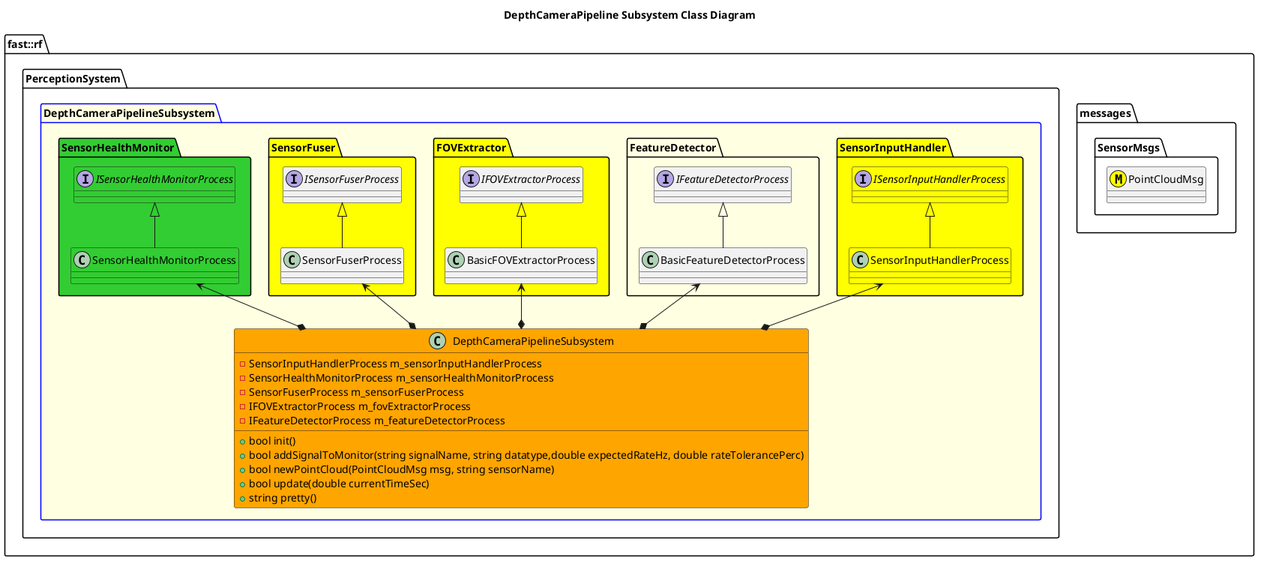
Earlier version of the PlantUML export Systems/Perception/Subsystems/DepthCameraPipeline/doc/puml/DepthCameraPipelineSubsystemClassDiagram.png (fastrobotics/robot_framework).
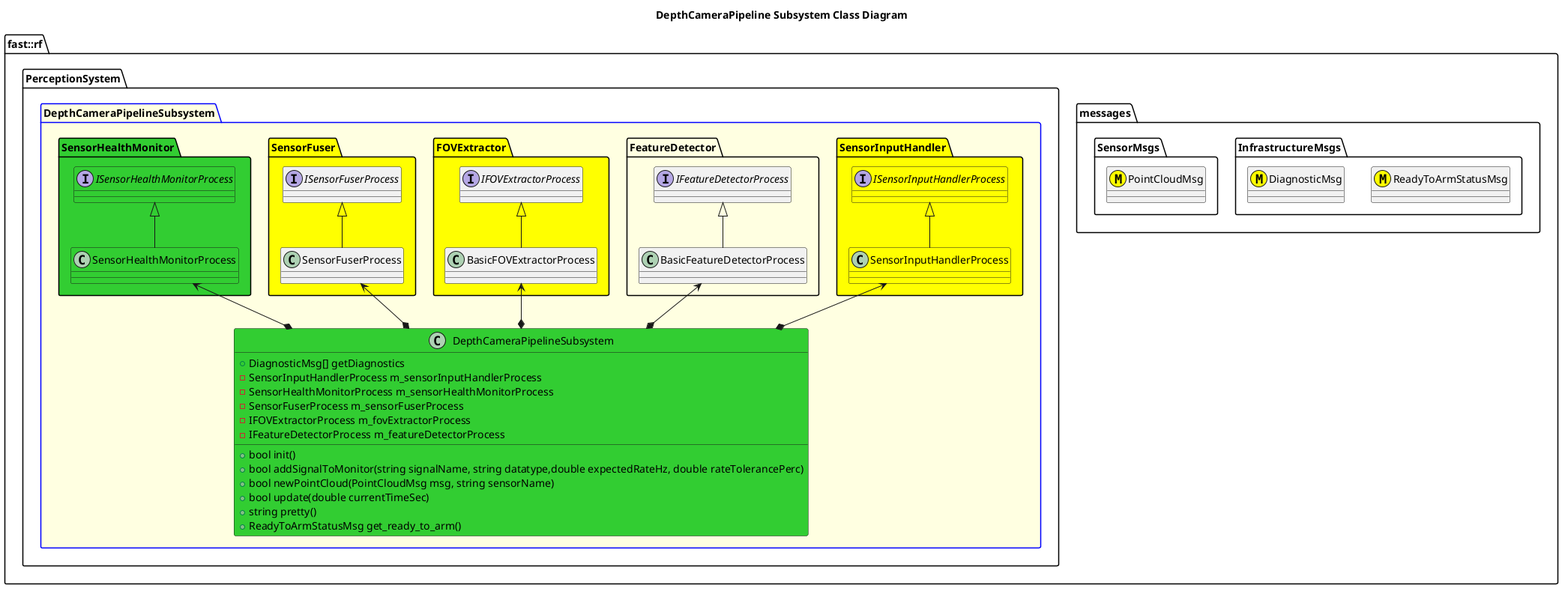
After the change.

The edit, as a diff of the source:
```diff
@@ -2,6 +2,10 @@
 title DepthCameraPipeline Subsystem Class Diagram
 namespace fast::rf {
   namespace messages {
+    namespace InfrastructureMsgs {
+        class ReadyToArmStatusMsg <<(M,#FFFF00)>>
+        class DiagnosticMsg <<(M,#FFFF00)>>
+    }
     namespace SensorMsgs {
         class PointCloudMsg <<(M,#FFFF00)>>
     }
@@ -35,12 +39,14 @@
             SensorHealthMonitorProcess -up-|> ISensorHealthMonitorProcess
 
         }
-        class DepthCameraPipelineSubsystem #Orange {
+        class DepthCameraPipelineSubsystem #LimeGreen {
             +bool init()
             +bool addSignalToMonitor(string signalName, string datatype,double expectedRateHz, double rateTolerancePerc)
             +bool newPointCloud(PointCloudMsg msg, string sensorName)
             +bool update(double currentTimeSec)
             +string pretty()
+            +ReadyToArmStatusMsg get_ready_to_arm()
+            +DiagnosticMsg[] getDiagnostics
             -SensorInputHandlerProcess m_sensorInputHandlerProcess
             -SensorHealthMonitorProcess m_sensorHealthMonitorProcess
             -SensorFuserProcess m_sensorFuserProcess
```
